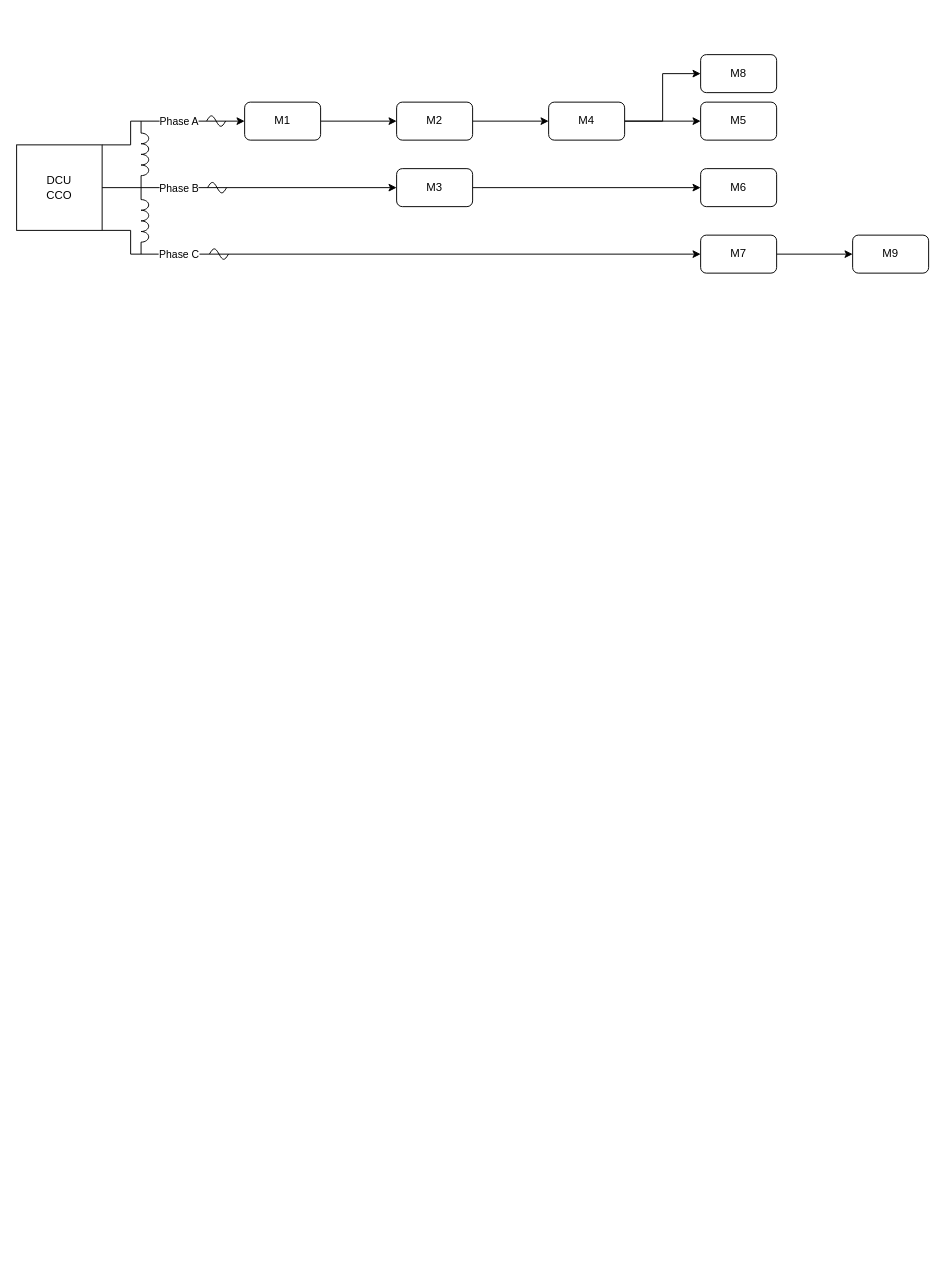
Earlier version of the draw.io diagram PLC工装.drawio (elemiles/meter). Source tidied: cells renumbered, new cells numbered last; positions are measured from the earlier drawing's top-left corner, leaving out a move shared by most shapes. Both pictures are drawn from the tidied source at 95%, with x=0, y=0 at pixel (16, 54).
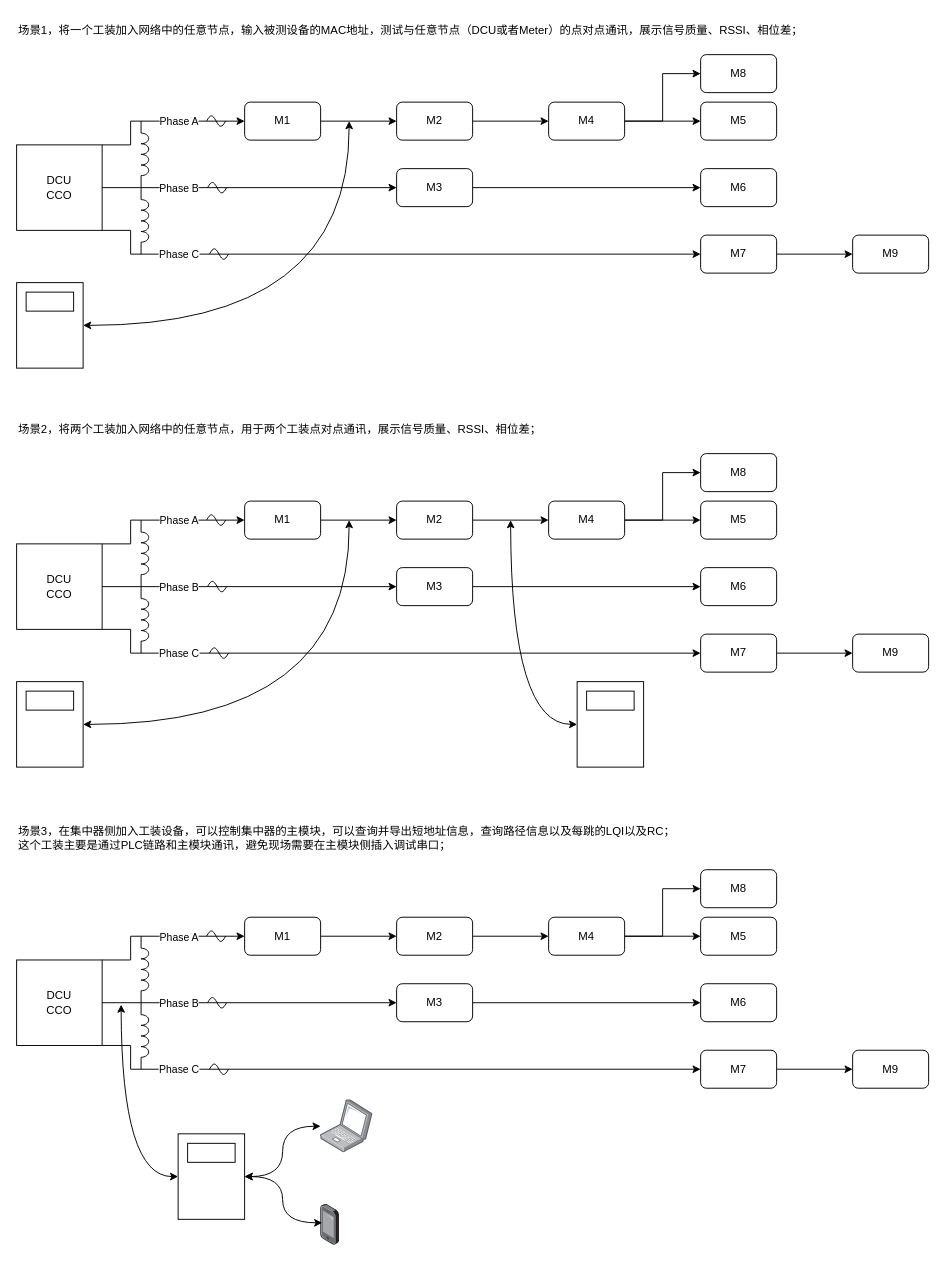
After the change.

The edit, as a diff of the source:
```diff
@@
+    <mxCell id="29" style="group;rounded=0;" parent="1" vertex="1">
+      <mxGeometry y="240" width="70" height="90" as="geometry" />
+    </mxCell>
+    <mxCell id="30" style="edgeStyle=orthogonalEdgeStyle;rounded=0;jettySize=auto;html=1;exitX=1;exitY=0.5;exitDx=0;exitDy=0;strokeWidth=1;fillColor=#e1d5e7;strokeColor=default;startArrow=classic;startFill=1;endArrow=classic;endFill=1;curved=1;" parent="29" edge="1" source="31">
+      <mxGeometry relative="1" as="geometry">
+        <mxPoint x="350" y="-170" as="targetPoint" />
+      </mxGeometry>
+    </mxCell>
+    <mxCell id="31" style="rounded=0;whiteSpace=wrap;html=1;" parent="29" vertex="1">
+      <mxGeometry width="70" height="90" as="geometry" />
+    </mxCell>
+    <mxCell id="32" style="rounded=0;whiteSpace=wrap;html=1;" parent="29" vertex="1">
+      <mxGeometry x="10" y="10" width="50" height="20" as="geometry" />
+    </mxCell>
+    <mxCell id="33" value="场景1，将一个工装加入网络中的任意节点，输入被测设备的MAC地址，测试与任意节点（DCU或者Meter）的点对点通讯，展示信号质量、RSSI、相位差；&lt;br&gt;" style="text;strokeColor=none;align=left;fillColor=none;html=1;verticalAlign=middle;whiteSpace=wrap;rounded=0;" parent="1" vertex="1">
+      <mxGeometry y="-40" width="960" height="30" as="geometry" />
+    </mxCell>
+    <mxCell id="34" style="edgeStyle=orthogonalEdgeStyle;rounded=0;jettySize=auto;html=1;exitX=1;exitY=0;exitDx=0;exitDy=0;entryX=0;entryY=0.5;entryDx=0;entryDy=0;" parent="1" edge="1" source="38" target="40">
+      <mxGeometry relative="1" as="geometry">
+        <Array as="points">
+          <mxPoint x="120" y="515" />
+          <mxPoint x="120" y="490" />
+        </Array>
+      </mxGeometry>
+    </mxCell>
+    <mxCell id="35" value="Phase A" style="edgeLabel;html=1;align=center;verticalAlign=middle;" parent="34" vertex="1">
+      <mxGeometry x="0.15" relative="1" as="geometry">
+        <mxPoint x="4" as="offset" />
+      </mxGeometry>
+    </mxCell>
+    <mxCell id="36" style="edgeStyle=orthogonalEdgeStyle;rounded=0;jettySize=auto;html=1;exitX=1;exitY=1;exitDx=0;exitDy=0;entryX=0;entryY=0.5;entryDx=0;entryDy=0;" parent="1" edge="1" source="38" target="52">
+      <mxGeometry relative="1" as="geometry">
+        <Array as="points">
+          <mxPoint x="120" y="605" />
+          <mxPoint x="120" y="630" />
+        </Array>
+      </mxGeometry>
+    </mxCell>
+    <mxCell id="37" value="Phase C" style="edgeLabel;html=1;align=center;verticalAlign=middle;" parent="36" vertex="1">
+      <mxGeometry x="-0.67" y="3" relative="1" as="geometry">
+        <mxPoint x="-3" y="3" as="offset" />
+      </mxGeometry>
+    </mxCell>
+    <mxCell id="38" value="DCU&lt;br&gt;CCO" style="whiteSpace=wrap;html=1;" parent="1" vertex="1">
+      <mxGeometry y="515" width="90" height="90" as="geometry" />
+    </mxCell>
+    <mxCell id="39" style="edgeStyle=orthogonalEdgeStyle;rounded=0;jettySize=auto;html=1;exitX=1;exitY=0.5;exitDx=0;exitDy=0;entryX=0;entryY=0.5;entryDx=0;entryDy=0;" parent="1" edge="1" source="40" target="42">
+      <mxGeometry relative="1" as="geometry" />
+    </mxCell>
+    <mxCell id="40" value="M1" style="rounded=1;whiteSpace=wrap;html=1;" parent="1" vertex="1">
+      <mxGeometry x="240" y="470" width="80" height="40" as="geometry" />
+    </mxCell>
+    <mxCell id="41" style="edgeStyle=orthogonalEdgeStyle;rounded=0;jettySize=auto;html=1;exitX=1;exitY=0.5;exitDx=0;exitDy=0;entryX=0;entryY=0.5;entryDx=0;entryDy=0;" parent="1" edge="1" source="42" target="45">
+      <mxGeometry relative="1" as="geometry" />
+    </mxCell>
+    <mxCell id="42" value="M2" style="rounded=1;whiteSpace=wrap;html=1;" parent="1" vertex="1">
+      <mxGeometry x="400" y="470" width="80" height="40" as="geometry" />
+    </mxCell>
+    <mxCell id="43" style="edgeStyle=orthogonalEdgeStyle;rounded=0;jettySize=auto;html=1;exitX=1;exitY=0.5;exitDx=0;exitDy=0;entryX=0;entryY=0.5;entryDx=0;entryDy=0;" parent="1" edge="1" source="45" target="46">
+      <mxGeometry relative="1" as="geometry" />
+    </mxCell>
+    <mxCell id="44" style="edgeStyle=orthogonalEdgeStyle;rounded=0;jettySize=auto;html=1;exitX=1;exitY=0.5;exitDx=0;exitDy=0;entryX=0;entryY=0.5;entryDx=0;entryDy=0;" parent="1" edge="1" source="45" target="47">
+      <mxGeometry relative="1" as="geometry" />
+    </mxCell>
+    <mxCell id="45" value="M4" style="rounded=1;whiteSpace=wrap;html=1;" parent="1" vertex="1">
+      <mxGeometry x="560" y="470" width="80" height="40" as="geometry" />
+    </mxCell>
+    <mxCell id="46" value="M5" style="rounded=1;whiteSpace=wrap;html=1;" parent="1" vertex="1">
+      <mxGeometry x="720" y="470" width="80" height="40" as="geometry" />
+    </mxCell>
+    <mxCell id="47" value="M8" style="rounded=1;whiteSpace=wrap;html=1;" parent="1" vertex="1">
+      <mxGeometry x="720" y="420" width="80" height="40" as="geometry" />
+    </mxCell>
+    <mxCell id="48" style="edgeStyle=orthogonalEdgeStyle;rounded=0;jettySize=auto;html=1;exitX=1;exitY=0.5;exitDx=0;exitDy=0;entryX=0;entryY=0.5;entryDx=0;entryDy=0;" parent="1" edge="1" source="49" target="50">
+      <mxGeometry relative="1" as="geometry" />
+    </mxCell>
+    <mxCell id="49" value="M3" style="rounded=1;whiteSpace=wrap;html=1;" parent="1" vertex="1">
+      <mxGeometry x="400" y="540" width="80" height="40" as="geometry" />
+    </mxCell>
+    <mxCell id="50" value="M6" style="rounded=1;whiteSpace=wrap;html=1;" parent="1" vertex="1">
+      <mxGeometry x="720" y="540" width="80" height="40" as="geometry" />
+    </mxCell>
+    <mxCell id="51" style="edgeStyle=orthogonalEdgeStyle;rounded=0;jettySize=auto;html=1;exitX=1;exitY=0.5;exitDx=0;exitDy=0;entryX=0;entryY=0.5;entryDx=0;entryDy=0;" parent="1" edge="1" source="52" target="57">
+      <mxGeometry relative="1" as="geometry" />
+    </mxCell>
+    <mxCell id="52" value="M7" style="rounded=1;whiteSpace=wrap;html=1;" parent="1" vertex="1">
+      <mxGeometry x="720" y="610" width="80" height="40" as="geometry" />
+    </mxCell>
+    <mxCell id="53" style="edgeStyle=orthogonalEdgeStyle;rounded=0;jettySize=auto;html=1;exitX=1;exitY=0.5;exitDx=0;exitDy=0;entryX=0;entryY=0.5;entryDx=0;entryDy=0;" parent="1" edge="1" source="38" target="49">
+      <mxGeometry relative="1" as="geometry" />
+    </mxCell>
+    <mxCell id="54" value="Phase B" style="edgeLabel;html=1;align=center;verticalAlign=middle;" parent="53" vertex="1">
+      <mxGeometry x="-0.29" y="-1" relative="1" as="geometry">
+        <mxPoint x="-30" y="-1" as="offset" />
+      </mxGeometry>
+    </mxCell>
+    <mxCell id="55" style="verticalLabelPosition=bottom;shadow=0;dashed=0;align=center;html=1;verticalAlign=top;shape=mxgraph.electrical.inductors.inductor_3;rotation=90;" parent="1" vertex="1">
+      <mxGeometry x="100" y="521" width="70" height="8" as="geometry" />
+    </mxCell>
+    <mxCell id="56" style="verticalLabelPosition=bottom;shadow=0;dashed=0;align=center;html=1;verticalAlign=top;shape=mxgraph.electrical.inductors.inductor_3;rotation=90;" parent="1" vertex="1">
+      <mxGeometry x="100" y="591" width="70" height="8" as="geometry" />
+    </mxCell>
+    <mxCell id="57" value="M9" style="rounded=1;whiteSpace=wrap;html=1;" parent="1" vertex="1">
+      <mxGeometry x="880" y="610" width="80" height="40" as="geometry" />
+    </mxCell>
+    <mxCell id="58" style="verticalLabelPosition=bottom;shadow=0;dashed=0;align=center;html=1;verticalAlign=top;shape=mxgraph.electrical.waveforms.sine_wave;" parent="1" vertex="1">
+      <mxGeometry x="200" y="482.6" width="20" height="14.7" as="geometry" />
+    </mxCell>
+    <mxCell id="59" style="verticalLabelPosition=bottom;shadow=0;dashed=0;align=center;html=1;verticalAlign=top;shape=mxgraph.electrical.waveforms.sine_wave;" parent="1" vertex="1">
+      <mxGeometry x="203" y="622.6" width="20" height="14.7" as="geometry" />
+    </mxCell>
+    <mxCell id="60" style="verticalLabelPosition=bottom;shadow=0;dashed=0;align=center;html=1;verticalAlign=top;shape=mxgraph.electrical.waveforms.sine_wave;" parent="1" vertex="1">
+      <mxGeometry x="201" y="552.6" width="20" height="14.7" as="geometry" />
+    </mxCell>
+    <mxCell id="61" style="group;rounded=0;" parent="1" vertex="1">
+      <mxGeometry y="660" width="70" height="90" as="geometry" />
+    </mxCell>
+    <mxCell id="62" style="edgeStyle=orthogonalEdgeStyle;rounded=0;jettySize=auto;html=1;exitX=1;exitY=0.5;exitDx=0;exitDy=0;strokeWidth=1;fillColor=#e1d5e7;strokeColor=default;startArrow=classic;startFill=1;endArrow=classic;endFill=1;curved=1;" parent="61" edge="1" source="63">
+      <mxGeometry relative="1" as="geometry">
+        <mxPoint x="350" y="-170" as="targetPoint" />
+      </mxGeometry>
+    </mxCell>
+    <mxCell id="63" style="rounded=0;whiteSpace=wrap;html=1;" parent="61" vertex="1">
+      <mxGeometry width="70" height="90" as="geometry" />
+    </mxCell>
+    <mxCell id="64" style="rounded=0;whiteSpace=wrap;html=1;" parent="61" vertex="1">
+      <mxGeometry x="10" y="10" width="50" height="20" as="geometry" />
+    </mxCell>
+    <mxCell id="65" value="场景2，将两个工装加入网络中的任意节点，用于两个工装点对点通讯，展示信号质量、RSSI、相位差；" style="text;strokeColor=none;align=left;fillColor=none;html=1;verticalAlign=middle;whiteSpace=wrap;rounded=0;" parent="1" vertex="1">
+      <mxGeometry y="380" width="800" height="30" as="geometry" />
+    </mxCell>
+    <mxCell id="66" style="group;rounded=0;" parent="1" vertex="1">
+      <mxGeometry x="590" y="660" width="70" height="90" as="geometry" />
+    </mxCell>
+    <mxCell id="67" style="edgeStyle=orthogonalEdgeStyle;rounded=0;jettySize=auto;html=1;exitX=0;exitY=0.5;exitDx=0;exitDy=0;startArrow=classic;startFill=1;endArrow=classic;endFill=1;curved=1;" parent="66" edge="1" source="68">
+      <mxGeometry relative="1" as="geometry">
+        <mxPoint x="-70" y="-170" as="targetPoint" />
+      </mxGeometry>
+    </mxCell>
+    <mxCell id="68" style="rounded=0;whiteSpace=wrap;html=1;" parent="66" vertex="1">
+      <mxGeometry width="70" height="90" as="geometry" />
+    </mxCell>
+    <mxCell id="69" style="rounded=0;whiteSpace=wrap;html=1;" parent="66" vertex="1">
+      <mxGeometry x="10" y="10" width="50" height="20" as="geometry" />
+    </mxCell>
+    <mxCell id="70" style="edgeStyle=orthogonalEdgeStyle;rounded=0;jettySize=auto;html=1;exitX=1;exitY=0;exitDx=0;exitDy=0;entryX=0;entryY=0.5;entryDx=0;entryDy=0;" parent="1" edge="1" source="74" target="76">
+      <mxGeometry relative="1" as="geometry">
+        <Array as="points">
+          <mxPoint x="120" y="953" />
+          <mxPoint x="120" y="928" />
+        </Array>
+      </mxGeometry>
+    </mxCell>
+    <mxCell id="71" value="Phase A" style="edgeLabel;html=1;align=center;verticalAlign=middle;" parent="70" vertex="1">
+      <mxGeometry x="0.15" relative="1" as="geometry">
+        <mxPoint x="4" as="offset" />
+      </mxGeometry>
+    </mxCell>
+    <mxCell id="72" style="edgeStyle=orthogonalEdgeStyle;rounded=0;jettySize=auto;html=1;exitX=1;exitY=1;exitDx=0;exitDy=0;entryX=0;entryY=0.5;entryDx=0;entryDy=0;" parent="1" edge="1" source="74" target="88">
+      <mxGeometry relative="1" as="geometry">
+        <Array as="points">
+          <mxPoint x="120" y="1043" />
+          <mxPoint x="120" y="1068" />
+        </Array>
+      </mxGeometry>
+    </mxCell>
+    <mxCell id="73" value="Phase C" style="edgeLabel;html=1;align=center;verticalAlign=middle;" parent="72" vertex="1">
+      <mxGeometry x="-0.67" y="3" relative="1" as="geometry">
+        <mxPoint x="-3" y="3" as="offset" />
+      </mxGeometry>
+    </mxCell>
+    <mxCell id="74" value="DCU&lt;br&gt;CCO" style="whiteSpace=wrap;html=1;" parent="1" vertex="1">
+      <mxGeometry y="953" width="90" height="90" as="geometry" />
+    </mxCell>
+    <mxCell id="75" style="edgeStyle=orthogonalEdgeStyle;rounded=0;jettySize=auto;html=1;exitX=1;exitY=0.5;exitDx=0;exitDy=0;entryX=0;entryY=0.5;entryDx=0;entryDy=0;" parent="1" edge="1" source="76" target="78">
+      <mxGeometry relative="1" as="geometry" />
+    </mxCell>
+    <mxCell id="76" value="M1" style="rounded=1;whiteSpace=wrap;html=1;" parent="1" vertex="1">
+      <mxGeometry x="240" y="908" width="80" height="40" as="geometry" />
+    </mxCell>
+    <mxCell id="77" style="edgeStyle=orthogonalEdgeStyle;rounded=0;jettySize=auto;html=1;exitX=1;exitY=0.5;exitDx=0;exitDy=0;entryX=0;entryY=0.5;entryDx=0;entryDy=0;" parent="1" edge="1" source="78" target="81">
+      <mxGeometry relative="1" as="geometry" />
+    </mxCell>
+    <mxCell id="78" value="M2" style="rounded=1;whiteSpace=wrap;html=1;" parent="1" vertex="1">
+      <mxGeometry x="400" y="908" width="80" height="40" as="geometry" />
+    </mxCell>
+    <mxCell id="79" style="edgeStyle=orthogonalEdgeStyle;rounded=0;jettySize=auto;html=1;exitX=1;exitY=0.5;exitDx=0;exitDy=0;entryX=0;entryY=0.5;entryDx=0;entryDy=0;" parent="1" edge="1" source="81" target="82">
+      <mxGeometry relative="1" as="geometry" />
+    </mxCell>
+    <mxCell id="80" style="edgeStyle=orthogonalEdgeStyle;rounded=0;jettySize=auto;html=1;exitX=1;exitY=0.5;exitDx=0;exitDy=0;entryX=0;entryY=0.5;entryDx=0;entryDy=0;" parent="1" edge="1" source="81" target="83">
+      <mxGeometry relative="1" as="geometry" />
+    </mxCell>
+    <mxCell id="81" value="M4" style="rounded=1;whiteSpace=wrap;html=1;" parent="1" vertex="1">
+      <mxGeometry x="560" y="908" width="80" height="40" as="geometry" />
+    </mxCell>
+    <mxCell id="82" value="M5" style="rounded=1;whiteSpace=wrap;html=1;" parent="1" vertex="1">
+      <mxGeometry x="720" y="908" width="80" height="40" as="geometry" />
+    </mxCell>
+    <mxCell id="83" value="M8" style="rounded=1;whiteSpace=wrap;html=1;" parent="1" vertex="1">
+      <mxGeometry x="720" y="858" width="80" height="40" as="geometry" />
+    </mxCell>
+    <mxCell id="84" style="edgeStyle=orthogonalEdgeStyle;rounded=0;jettySize=auto;html=1;exitX=1;exitY=0.5;exitDx=0;exitDy=0;entryX=0;entryY=0.5;entryDx=0;entryDy=0;" parent="1" edge="1" source="85" target="86">
+      <mxGeometry relative="1" as="geometry" />
+    </mxCell>
+    <mxCell id="85" value="M3" style="rounded=1;whiteSpace=wrap;html=1;" parent="1" vertex="1">
+      <mxGeometry x="400" y="978" width="80" height="40" as="geometry" />
+    </mxCell>
+    <mxCell id="86" value="M6" style="rounded=1;whiteSpace=wrap;html=1;" parent="1" vertex="1">
+      <mxGeometry x="720" y="978" width="80" height="40" as="geometry" />
+    </mxCell>
+    <mxCell id="87" style="edgeStyle=orthogonalEdgeStyle;rounded=0;jettySize=auto;html=1;exitX=1;exitY=0.5;exitDx=0;exitDy=0;entryX=0;entryY=0.5;entryDx=0;entryDy=0;" parent="1" edge="1" source="88" target="93">
+      <mxGeometry relative="1" as="geometry" />
+    </mxCell>
+    <mxCell id="88" value="M7" style="rounded=1;whiteSpace=wrap;html=1;" parent="1" vertex="1">
+      <mxGeometry x="720" y="1048" width="80" height="40" as="geometry" />
+    </mxCell>
+    <mxCell id="89" style="edgeStyle=orthogonalEdgeStyle;rounded=0;jettySize=auto;html=1;exitX=1;exitY=0.5;exitDx=0;exitDy=0;entryX=0;entryY=0.5;entryDx=0;entryDy=0;" parent="1" edge="1" source="74" target="85">
+      <mxGeometry relative="1" as="geometry" />
+    </mxCell>
+    <mxCell id="90" value="Phase B" style="edgeLabel;html=1;align=center;verticalAlign=middle;" parent="89" vertex="1">
+      <mxGeometry x="-0.29" y="-1" relative="1" as="geometry">
+        <mxPoint x="-30" y="-1" as="offset" />
+      </mxGeometry>
+    </mxCell>
+    <mxCell id="91" style="verticalLabelPosition=bottom;shadow=0;dashed=0;align=center;html=1;verticalAlign=top;shape=mxgraph.electrical.inductors.inductor_3;rotation=90;" parent="1" vertex="1">
+      <mxGeometry x="100" y="959" width="70" height="8" as="geometry" />
+    </mxCell>
+    <mxCell id="92" style="verticalLabelPosition=bottom;shadow=0;dashed=0;align=center;html=1;verticalAlign=top;shape=mxgraph.electrical.inductors.inductor_3;rotation=90;" parent="1" vertex="1">
+      <mxGeometry x="100" y="1029" width="70" height="8" as="geometry" />
+    </mxCell>
+    <mxCell id="93" value="M9" style="rounded=1;whiteSpace=wrap;html=1;" parent="1" vertex="1">
+      <mxGeometry x="880" y="1048" width="80" height="40" as="geometry" />
+    </mxCell>
+    <mxCell id="94" style="verticalLabelPosition=bottom;shadow=0;dashed=0;align=center;html=1;verticalAlign=top;shape=mxgraph.electrical.waveforms.sine_wave;" parent="1" vertex="1">
+      <mxGeometry x="200" y="920.6" width="20" height="14.7" as="geometry" />
+    </mxCell>
+    <mxCell id="95" style="verticalLabelPosition=bottom;shadow=0;dashed=0;align=center;html=1;verticalAlign=top;shape=mxgraph.electrical.waveforms.sine_wave;" parent="1" vertex="1">
+      <mxGeometry x="203" y="1060.7" width="20" height="14.7" as="geometry" />
+    </mxCell>
+    <mxCell id="96" style="verticalLabelPosition=bottom;shadow=0;dashed=0;align=center;html=1;verticalAlign=top;shape=mxgraph.electrical.waveforms.sine_wave;" parent="1" vertex="1">
+      <mxGeometry x="201" y="990.7" width="20" height="14.7" as="geometry" />
+    </mxCell>
+    <mxCell id="97" style="group;rounded=0;" parent="1" vertex="1">
+      <mxGeometry x="170" y="1136" width="70" height="90" as="geometry" />
+    </mxCell>
+    <mxCell id="98" style="edgeStyle=orthogonalEdgeStyle;rounded=0;jettySize=auto;html=1;exitX=0;exitY=0.5;exitDx=0;exitDy=0;curved=1;startArrow=classic;startFill=1;endArrow=classic;endFill=1;" parent="97" edge="1" source="99">
+      <mxGeometry relative="1" as="geometry">
+        <mxPoint x="-60" y="-136" as="targetPoint" />
+      </mxGeometry>
+    </mxCell>
+    <mxCell id="99" style="rounded=0;whiteSpace=wrap;html=1;" parent="97" vertex="1">
+      <mxGeometry width="70" height="90" as="geometry" />
+    </mxCell>
+    <mxCell id="100" style="rounded=0;whiteSpace=wrap;html=1;" parent="97" vertex="1">
+      <mxGeometry x="10" y="10" width="50" height="20" as="geometry" />
+    </mxCell>
+    <mxCell id="101" value="场景3，在集中器侧加入工装设备，可以控制集中器的主模块，可以查询并导出短地址信息，查询路径信息以及每跳的LQI以及RC；&lt;br&gt;这个工装主要是通过PLC链路和主模块通讯，避免现场需要在主模块侧插入调试串口；" style="text;strokeColor=none;align=left;fillColor=none;html=1;verticalAlign=middle;whiteSpace=wrap;rounded=0;" parent="1" vertex="1">
+      <mxGeometry y="810" width="800" height="30" as="geometry" />
+    </mxCell>
+    <mxCell id="102" style="image;points=[];html=1;align=center;shadow=0;dashed=0;image=img/lib/allied_telesis/computer_and_terminals/Laptop.svg;" parent="1" vertex="1">
+      <mxGeometry x="320" y="1100" width="55.1" height="55.9" as="geometry" />
+    </mxCell>
+    <mxCell id="103" style="image;points=[];html=1;align=center;shadow=0;dashed=0;image=img/lib/allied_telesis/computer_and_terminals/Smartphone.svg;" parent="1" vertex="1">
+      <mxGeometry x="320" y="1210" width="19.8" height="43.2" as="geometry" />
+    </mxCell>
+    <mxCell id="104" style="edgeStyle=orthogonalEdgeStyle;rounded=0;jettySize=auto;html=1;exitX=1;exitY=0.5;exitDx=0;exitDy=0;startArrow=classic;startFill=1;endArrow=classic;endFill=1;curved=1;" parent="1" edge="1" source="99" target="102">
+      <mxGeometry relative="1" as="geometry" />
+    </mxCell>
+    <mxCell id="105" style="edgeStyle=orthogonalEdgeStyle;rounded=0;jettySize=auto;html=1;exitX=1;exitY=0.5;exitDx=0;exitDy=0;startArrow=classic;startFill=1;endArrow=classic;endFill=1;curved=1;entryX=0.084;entryY=0.455;entryDx=0;entryDy=0;entryPerimeter=0;" parent="1" edge="1" source="99" target="103">
+      <mxGeometry relative="1" as="geometry" />
+    </mxCell>
```
